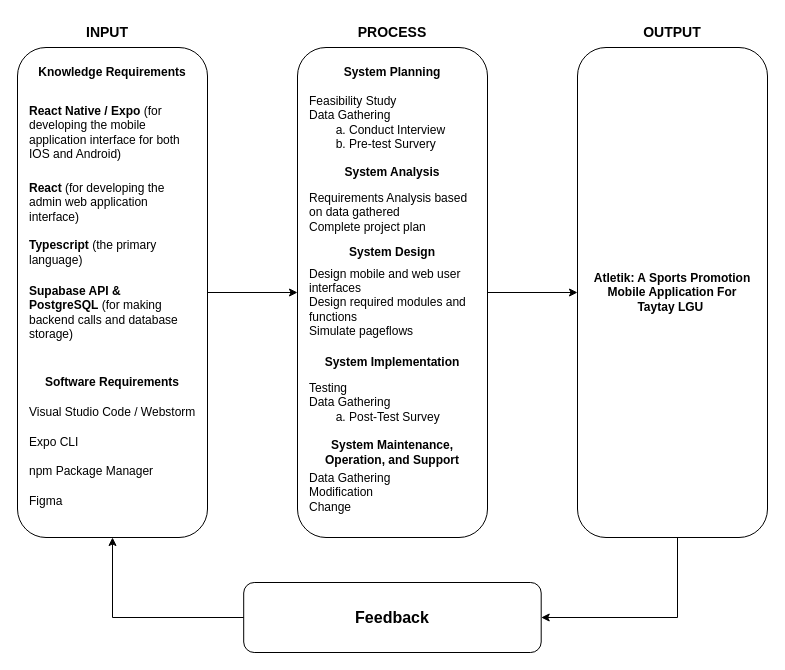
This is Atletik-ConceptualModel.drawio from ElliotJcbH/AtletikFlowcharts, a draw.io file, before an edit. Source tidied: cells renumbered, new cells numbered last; positions are measured from the earlier drawing's top-left corner, leaving out a move shared by most shapes. Both pictures are drawn from the tidied source at 100%, with x=0, y=0 at pixel (17, 17).
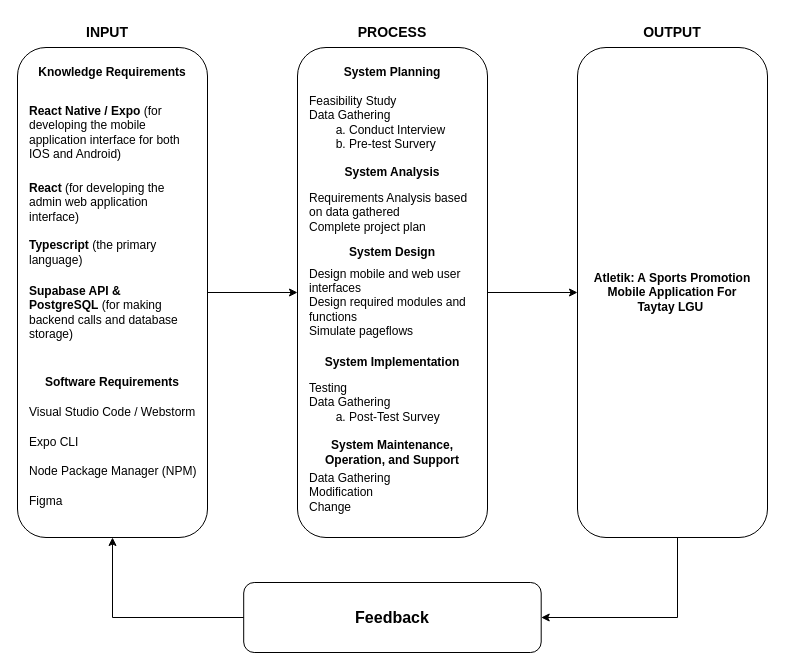
Above is the later version.

The edit, as a diff of the source:
```diff
@@
-    <mxCell id="32" value="npm Package Manager" style="text;html=1;align=left;verticalAlign=middle;whiteSpace=wrap;rounded=0;" parent="1" vertex="1">
+    <mxCell id="32" value="Node Package Manager (NPM)" style="text;html=1;align=left;verticalAlign=middle;whiteSpace=wrap;rounded=0;" parent="1" vertex="1">
       <mxGeometry x="10" y="439" width="170" height="30" as="geometry" />
     </mxCell>
```
